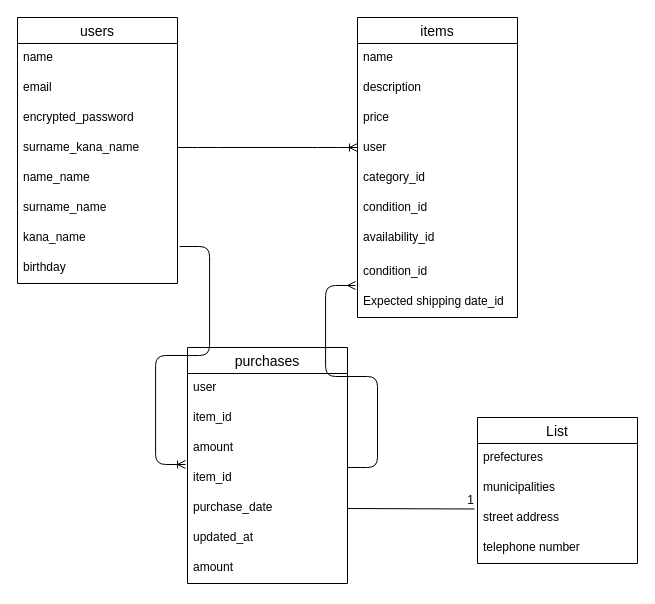
Earlier version of the draw.io diagram furima.dio (reon0921/furima-39505). Source tidied: cells renumbered, new cells numbered last; positions are measured from the earlier drawing's top-left corner, leaving out a move shared by most shapes. Both pictures are drawn from the tidied source at 100%, with x=0, y=0 at pixel (17, 17).
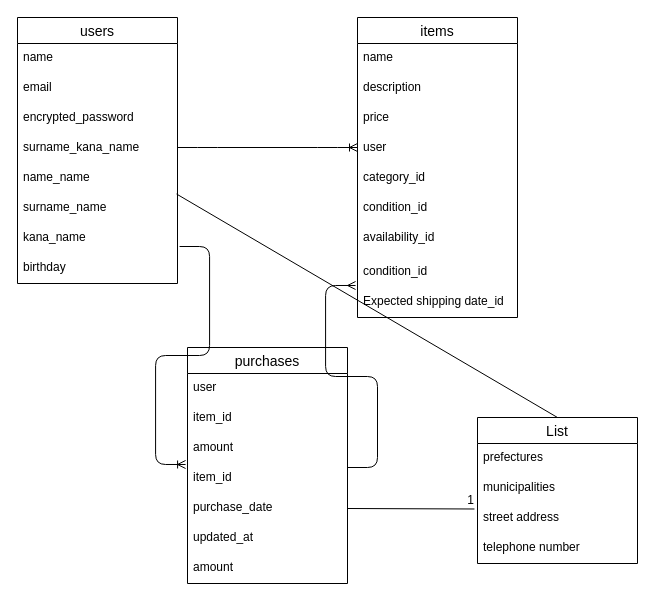
After the change.

The change refers to these unchanged cells:
```xml
<mxCell id="8" value="surname_name" style="text;strokeColor=none;fillColor=none;spacingLeft=4;spacingRight=4;overflow=hidden;points=[[0,0.5],[1,0.5]];portConstraint=eastwest;fontSize=12;fontFamily=Helvetica;" parent="2" vertex="1">
  <mxGeometry y="176" width="160" height="30" as="geometry" />
</mxCell>
<mxCell id="31" value="List" style="swimlane;fontStyle=0;horizontal=1;startSize=26;align=center;fontSize=14;fontFamily=Helvetica;" parent="1" vertex="1">
  <mxGeometry x="460" y="400" width="160" height="146" as="geometry" />
</mxCell>
```

The edit, as a diff of the source:
```diff
@@
+    <mxCell id="40" style="endArrow=none;html=1;rounded=0;fontFamily=Helvetica;entryX=0.5;entryY=0;entryDx=0;entryDy=0;exitX=0.994;exitY=0.017;exitDx=0;exitDy=0;exitPerimeter=0;" parent="1" edge="1" source="8" target="31">
+      <mxGeometry relative="1" as="geometry" />
+    </mxCell>
```
